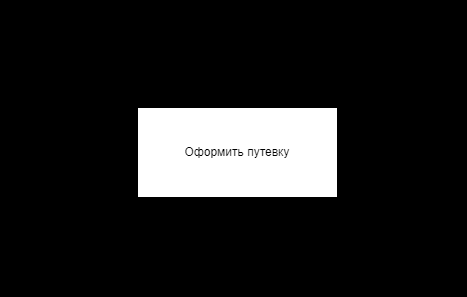
Before: Итоговая работа.drawio.png, a diagram exported from draw.io (SofiyaBrodnikova/-educational). Source tidied: cells renumbered, new cells last; positions are measured from the earlier drawing's top-left corner, leaving out a move shared by most shapes. Source of this version:
```xml
<mxGraphModel background="light-dark(#67AB9F,#FFFFFF)">
  <root>
    <mxCell id="0" />
    <mxCell id="1" parent="0" />
    <mxCell id="2" value="Оформить путевку" style="rounded=0;whiteSpace=wrap;html=1;" parent="1" vertex="1">
      <mxGeometry x="130" y="100" width="200" height="90" as="geometry" />
    </mxCell>
    <mxCell id="3" style="endArrow=classic;html=1;rounded=0;entryX=0.694;entryY=1.028;entryDx=0;entryDy=0;entryPerimeter=0;" parent="1" edge="1" target="2">
      <mxGeometry relative="1" as="geometry">
        <mxPoint x="270" y="280" as="sourcePoint" />
      </mxGeometry>
    </mxCell>
    <mxCell id="4" style="endArrow=classic;html=1;rounded=0;entryX=0.298;entryY=1.032;entryDx=0;entryDy=0;entryPerimeter=0;" parent="1" edge="1" target="2">
      <mxGeometry relative="1" as="geometry">
        <mxPoint x="190" y="280" as="sourcePoint" />
      </mxGeometry>
    </mxCell>
    <mxCell id="5" value="Туристическое агентство" style="text;strokeColor=none;align=center;fillColor=none;html=1;verticalAlign=middle;whiteSpace=wrap;rounded=0;" parent="1" vertex="1">
      <mxGeometry x="290" y="240" width="60" height="30" as="geometry" />
    </mxCell>
    <mxCell id="6" value="Туристический&lt;div&gt;оператор&lt;/div&gt;" style="text;strokeColor=none;align=center;fillColor=none;html=1;verticalAlign=middle;whiteSpace=wrap;rounded=0;" parent="1" vertex="1">
      <mxGeometry x="110" y="240" width="60" height="30" as="geometry" />
    </mxCell>
    <mxCell id="7" style="endArrow=classic;html=1;rounded=0;entryX=-0.006;entryY=0.196;entryDx=0;entryDy=0;entryPerimeter=0;" parent="1" edge="1" target="2">
      <mxGeometry relative="1" as="geometry">
        <mxPoint y="120" as="sourcePoint" />
      </mxGeometry>
    </mxCell>
    <mxCell id="8" style="endArrow=classic;html=1;rounded=0;entryX=0;entryY=0.75;entryDx=0;entryDy=0;" parent="1" edge="1" target="2">
      <mxGeometry relative="1" as="geometry">
        <mxPoint y="168" as="sourcePoint" />
      </mxGeometry>
    </mxCell>
    <mxCell id="9" value="Деньги" style="text;strokeColor=none;align=center;fillColor=none;html=1;verticalAlign=middle;whiteSpace=wrap;rounded=0;" parent="1" vertex="1">
      <mxGeometry x="30" y="90" width="60" height="30" as="geometry" />
    </mxCell>
    <mxCell id="10" value="Документы" style="text;strokeColor=none;align=center;fillColor=none;html=1;verticalAlign=middle;whiteSpace=wrap;rounded=0;" parent="1" vertex="1">
      <mxGeometry x="30" y="140" width="60" height="30" as="geometry" />
    </mxCell>
    <mxCell id="11" style="endArrow=classic;html=1;rounded=0;exitX=0.998;exitY=0.44;exitDx=0;exitDy=0;exitPerimeter=0;" parent="1" edge="1" source="2">
      <mxGeometry relative="1" as="geometry">
        <mxPoint x="450" y="140" as="targetPoint" />
      </mxGeometry>
    </mxCell>
    <mxCell id="12" value="Путевка" style="text;strokeColor=none;align=center;fillColor=none;html=1;verticalAlign=middle;whiteSpace=wrap;rounded=0;" parent="1" vertex="1">
      <mxGeometry x="350" y="110" width="60" height="30" as="geometry" />
    </mxCell>
    <mxCell id="13" style="endArrow=classic;html=1;rounded=0;entryX=0.3;entryY=0;entryDx=0;entryDy=0;entryPerimeter=0;" parent="1" edge="1" target="2">
      <mxGeometry relative="1" as="geometry">
        <mxPoint x="190" as="sourcePoint" />
      </mxGeometry>
    </mxCell>
    <mxCell id="14" style="endArrow=classic;html=1;rounded=0;entryX=0.3;entryY=0;entryDx=0;entryDy=0;entryPerimeter=0;" parent="1" edge="1">
      <mxGeometry relative="1" as="geometry">
        <mxPoint x="270" as="sourcePoint" />
        <mxPoint x="270" y="100" as="targetPoint" />
      </mxGeometry>
    </mxCell>
    <mxCell id="15" value="Пожелания&amp;nbsp;&lt;div&gt;клиента&lt;/div&gt;" style="text;strokeColor=none;align=center;fillColor=none;html=1;verticalAlign=middle;whiteSpace=wrap;rounded=0;" parent="1" vertex="1">
      <mxGeometry x="280" y="30" width="60" height="30" as="geometry" />
    </mxCell>
    <mxCell id="16" value="Законодательство,&lt;div&gt;требования стран отправления и прибытия&lt;/div&gt;" style="text;strokeColor=none;align=center;fillColor=none;html=1;verticalAlign=middle;whiteSpace=wrap;rounded=0;" parent="1" vertex="1">
      <mxGeometry x="40" y="20" width="150" height="50" as="geometry" />
    </mxCell>
  </root>
</mxGraphModel>
```
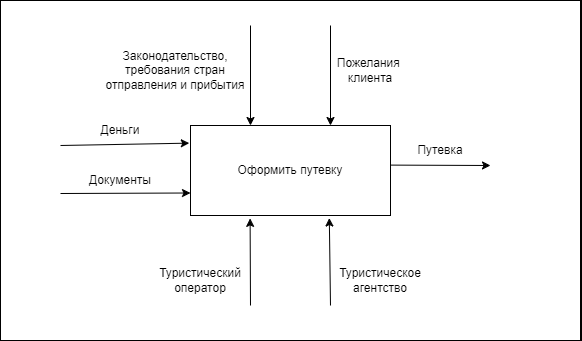
After the change.

The edit, as a diff of the source:
```diff
@@ -1,7 +1,10 @@
-<mxGraphModel background="light-dark(#67AB9F,#FFFFFF)">
+<mxGraphModel background="light-dark(#FFFFFF,#FFFFFF)">
   <root>
     <mxCell id="0" />
     <mxCell id="1" parent="0" />
+    <mxCell id="17" style="verticalLabelPosition=bottom;verticalAlign=top;html=1;shape=mxgraph.basic.rect;fillColor2=none;strokeWidth=1;size=20;indent=5;" parent="1" vertex="1">
+      <mxGeometry x="-60" y="-25" width="580" height="340" as="geometry" />
+    </mxCell>
     <mxCell id="2" value="Оформить путевку" style="rounded=0;whiteSpace=wrap;html=1;" parent="1" vertex="1">
       <mxGeometry x="130" y="100" width="200" height="90" as="geometry" />
     </mxCell>
@@ -37,11 +40,6 @@
     <mxCell id="10" value="Документы" style="text;strokeColor=none;align=center;fillColor=none;html=1;verticalAlign=middle;whiteSpace=wrap;rounded=0;" parent="1" vertex="1">
       <mxGeometry x="30" y="140" width="60" height="30" as="geometry" />
     </mxCell>
-    <mxCell id="11" style="endArrow=classic;html=1;rounded=0;exitX=0.998;exitY=0.44;exitDx=0;exitDy=0;exitPerimeter=0;" parent="1" edge="1" source="2">
-      <mxGeometry relative="1" as="geometry">
-        <mxPoint x="450" y="140" as="targetPoint" />
-      </mxGeometry>
-    </mxCell>
     <mxCell id="12" value="Путевка" style="text;strokeColor=none;align=center;fillColor=none;html=1;verticalAlign=middle;whiteSpace=wrap;rounded=0;" parent="1" vertex="1">
       <mxGeometry x="350" y="110" width="60" height="30" as="geometry" />
     </mxCell>
@@ -62,5 +60,10 @@
     <mxCell id="16" value="Законодательство,&lt;div&gt;требования стран отправления и прибытия&lt;/div&gt;" style="text;strokeColor=none;align=center;fillColor=none;html=1;verticalAlign=middle;whiteSpace=wrap;rounded=0;" parent="1" vertex="1">
       <mxGeometry x="40" y="20" width="150" height="50" as="geometry" />
     </mxCell>
+    <mxCell id="18" style="endArrow=classic;html=1;rounded=0;exitX=0.998;exitY=0.44;exitDx=0;exitDy=0;exitPerimeter=0;" parent="1" edge="1" source="2">
+      <mxGeometry relative="1" as="geometry">
+        <mxPoint x="430" y="140" as="targetPoint" />
+      </mxGeometry>
+    </mxCell>
   </root>
 </mxGraphModel>
```
